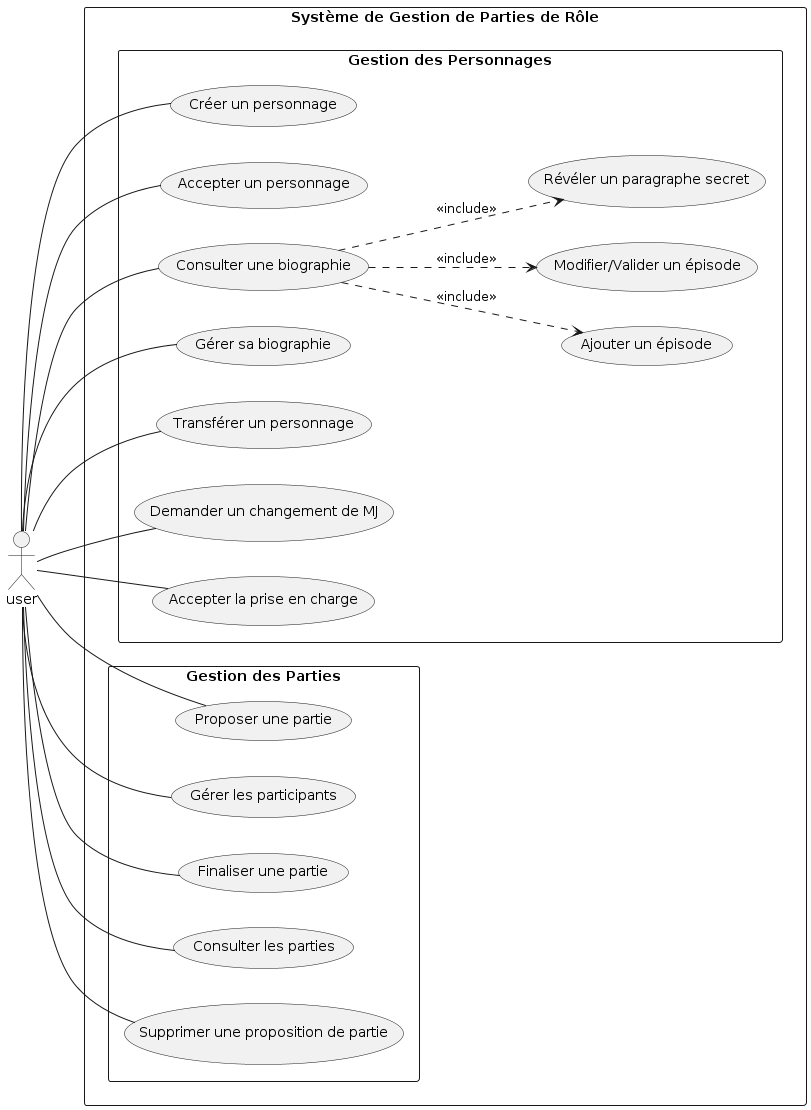
Before: out/uml/use_case/use_case.png, a diagram exported from PlantUML (arthurrrm/gl-info5). Its source is kept beside it as uml/use_case.plantuml.
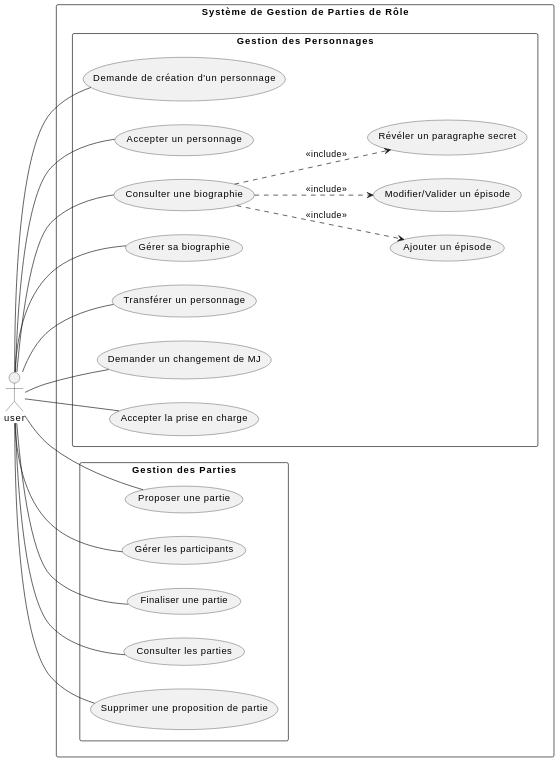
After the change.

What changed in the source:
```diff
@@ -4,7 +4,7 @@
 
 rectangle "Système de Gestion de Parties de Rôle" {
   rectangle "Gestion des Personnages" {
-    usecase "Créer un personnage" as UC1
+    usecase "Demande de création d'un personnage" as UC1
     usecase "Accepter un personnage" as UC2
     usecase "Consulter une biographie" as UC3
     usecase "Gérer sa biographie" as UC4
```
